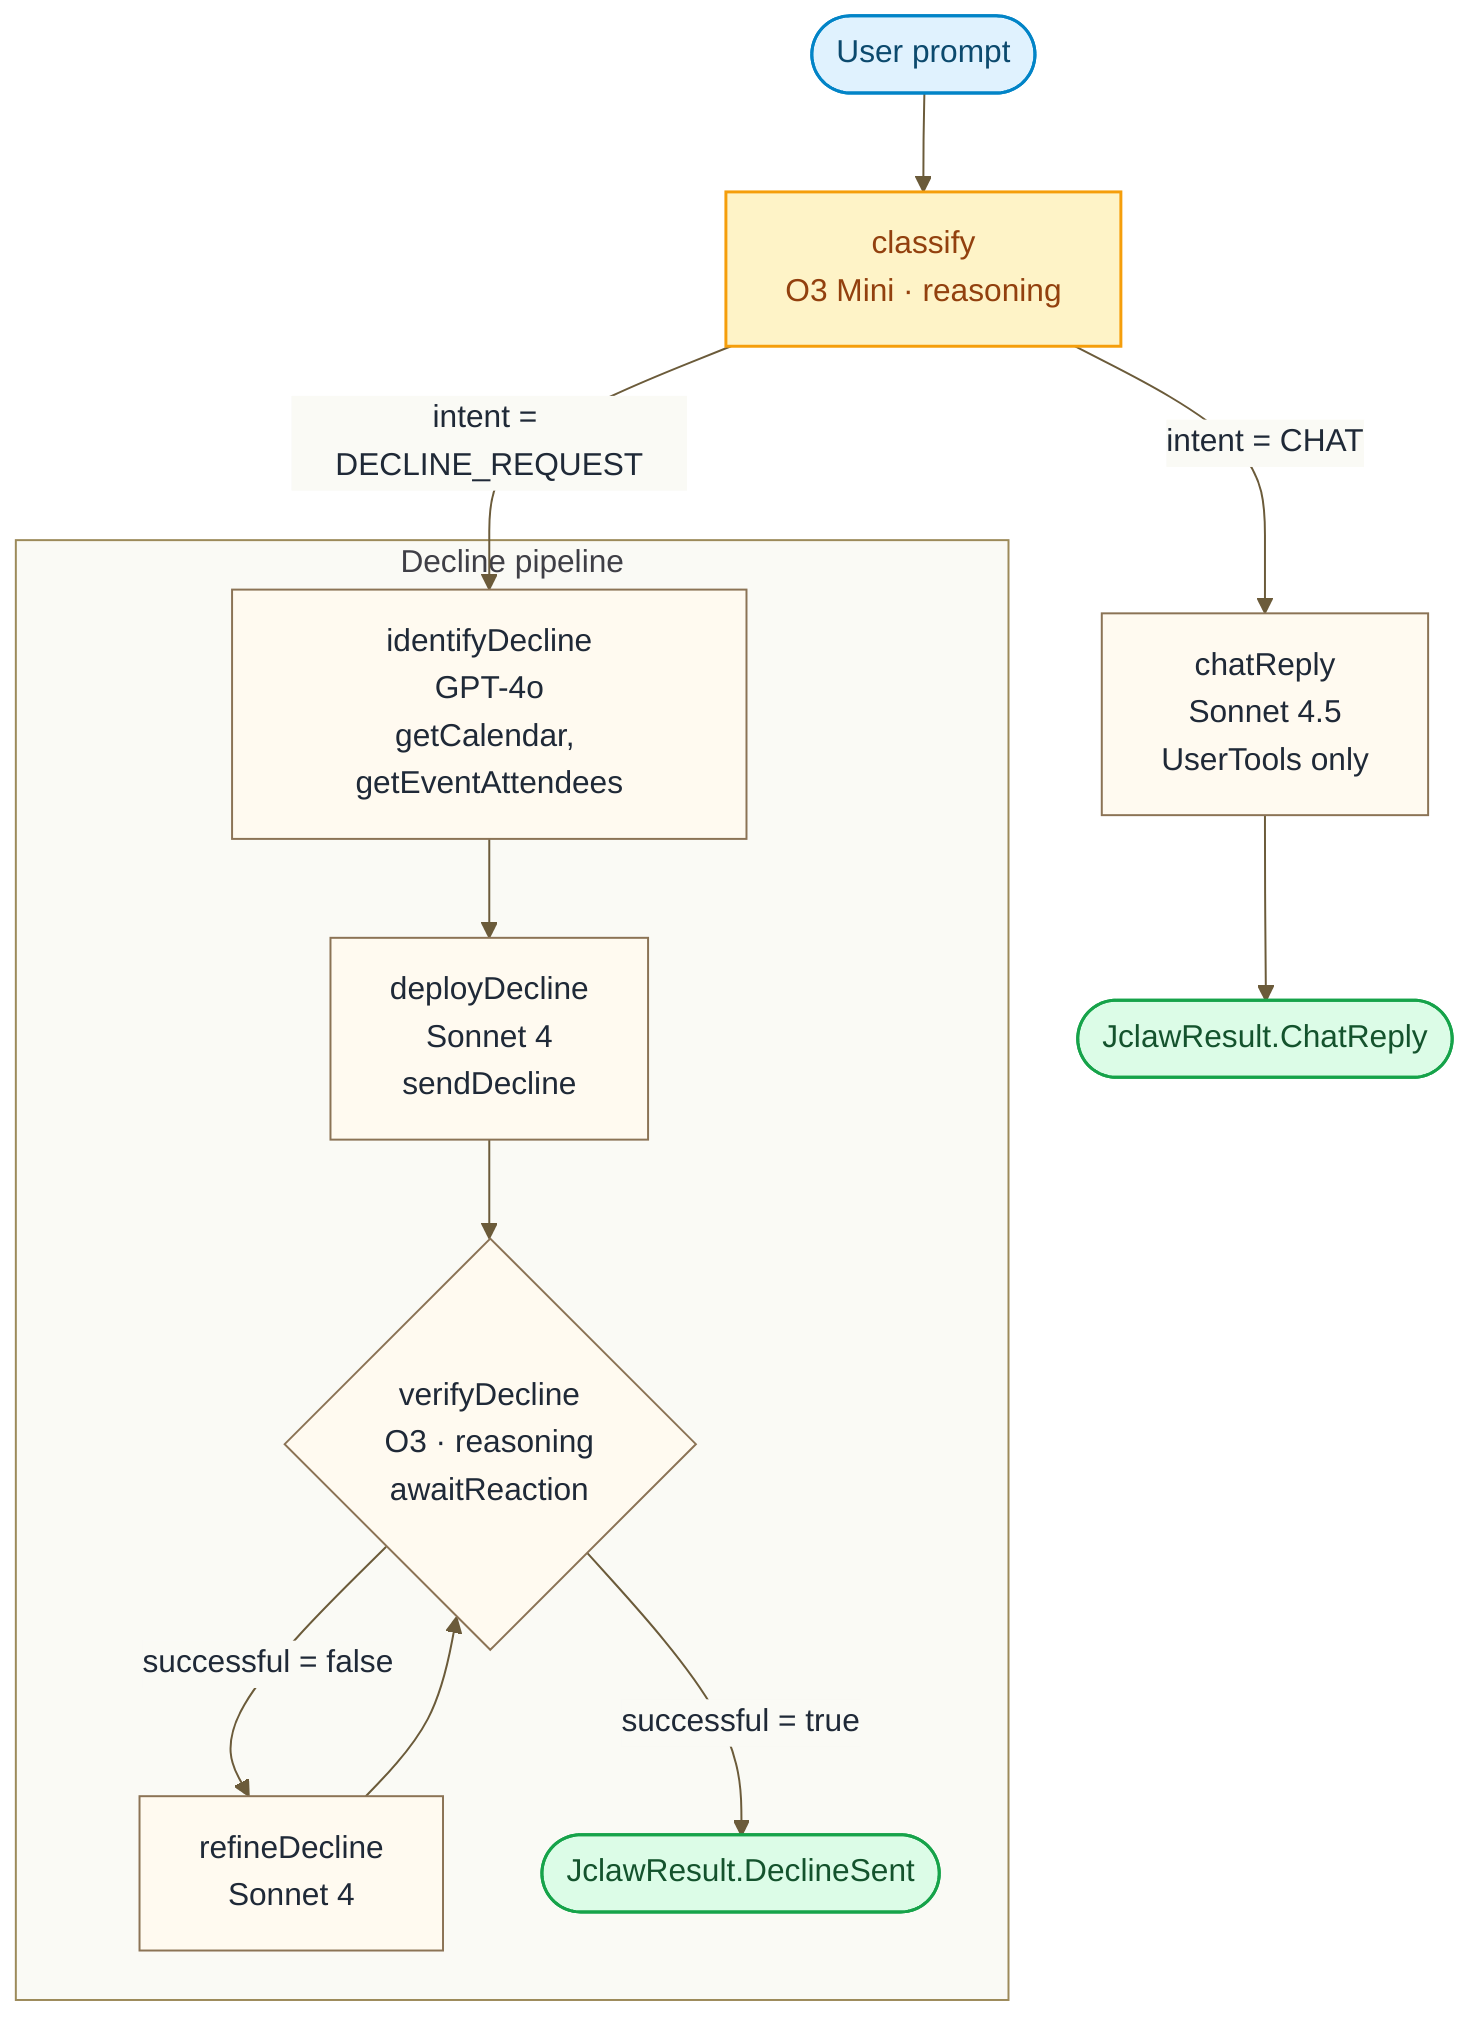
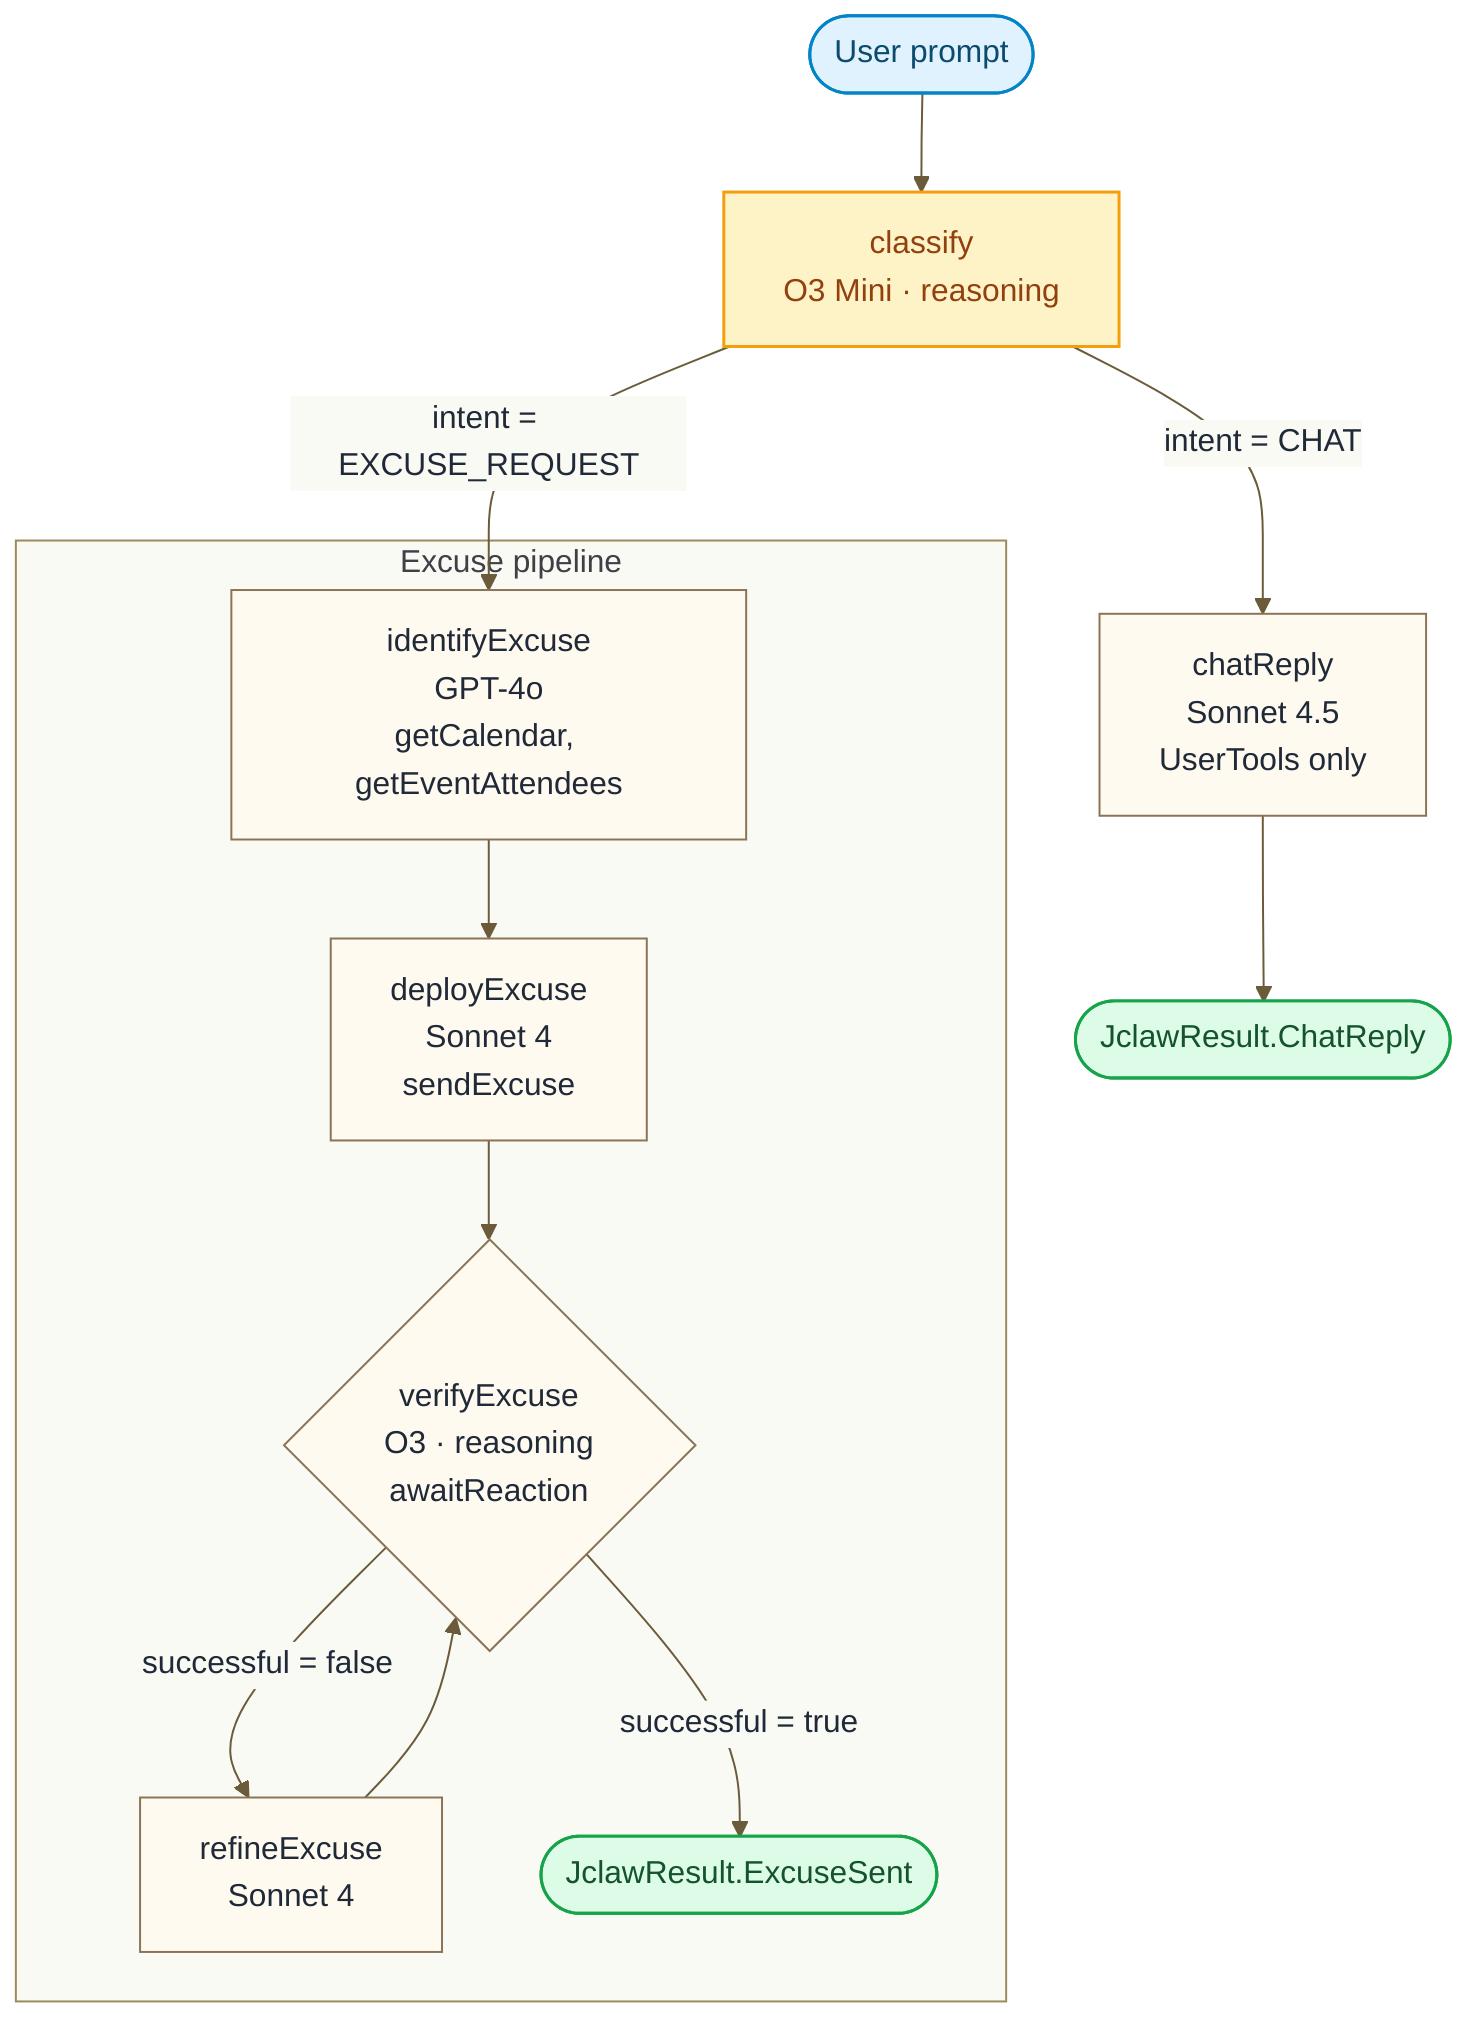
---
config:
  theme: base
  themeVariables:
    background: '#fffaf0'
    primaryColor: '#fffaf0'
    primaryTextColor: '#1f2937'
    primaryBorderColor: '#8b7355'
    lineColor: '#6b5b3a'
    secondaryColor: '#fafaf5'
    tertiaryColor: '#fefce8'
---
%%{init: {'theme': 'base', 'themeVariables': {'background': '#fffaf0', 'primaryColor': '#fffaf0', 'primaryTextColor': '#1f2937', 'primaryBorderColor': '#8b7355', 'lineColor': '#6b5b3a'}}}%%
flowchart TD
    Start([User prompt]) --> Classify

    Classify["classify<br/>O3 Mini · reasoning"]
-     Classify -- "intent = DECLINE_REQUEST" --> Identify
+     Classify -- "intent = EXCUSE_REQUEST" --> Identify
    Classify -- "intent = CHAT" --> ChatReply

-     subgraph Pipeline [Decline pipeline]
-         Identify["identifyDecline<br/>GPT-4o<br/>getCalendar, getEventAttendees"]
-         Deploy["deployDecline<br/>Sonnet 4<br/>sendDecline"]
-         Verify{"verifyDecline<br/>O3 · reasoning<br/>awaitReaction"}
-         Refine["refineDecline<br/>Sonnet 4"]
+     subgraph Pipeline [Excuse pipeline]
+         Identify["identifyExcuse<br/>GPT-4o<br/>getCalendar, getEventAttendees"]
+         Deploy["deployExcuse<br/>Sonnet 4<br/>sendExcuse"]
+         Verify{"verifyExcuse<br/>O3 · reasoning<br/>awaitReaction"}
+         Refine["refineExcuse<br/>Sonnet 4"]

        Identify --> Deploy
        Deploy --> Verify
-         Verify -- "successful = true" --> DeclineSent([JclawResult.DeclineSent])
+         Verify -- "successful = true" --> ExcuseSent([JclawResult.ExcuseSent])
        Verify -- "successful = false" --> Refine
        Refine --> Verify
    end

    ChatReply["chatReply<br/>Sonnet 4.5<br/>UserTools only"]
    ChatReply --> ChatDone([JclawResult.ChatReply])

    classDef start fill:#e0f2fe,stroke:#0284c7,stroke-width:1.5px,color:#0c4a6e;
    classDef route fill:#fef3c7,stroke:#f59e0b,stroke-width:1.5px,color:#92400e;
    classDef terminal fill:#dcfce7,stroke:#16a34a,stroke-width:1.5px,color:#14532d;

    class Start start;
    class Classify route;
-     class DeclineSent,ChatDone terminal;
+     class ExcuseSent,ChatDone terminal;

    style Pipeline fill:#fafaf5,stroke:#9c8a5a,stroke-width:1px,color:#3f3f46;
